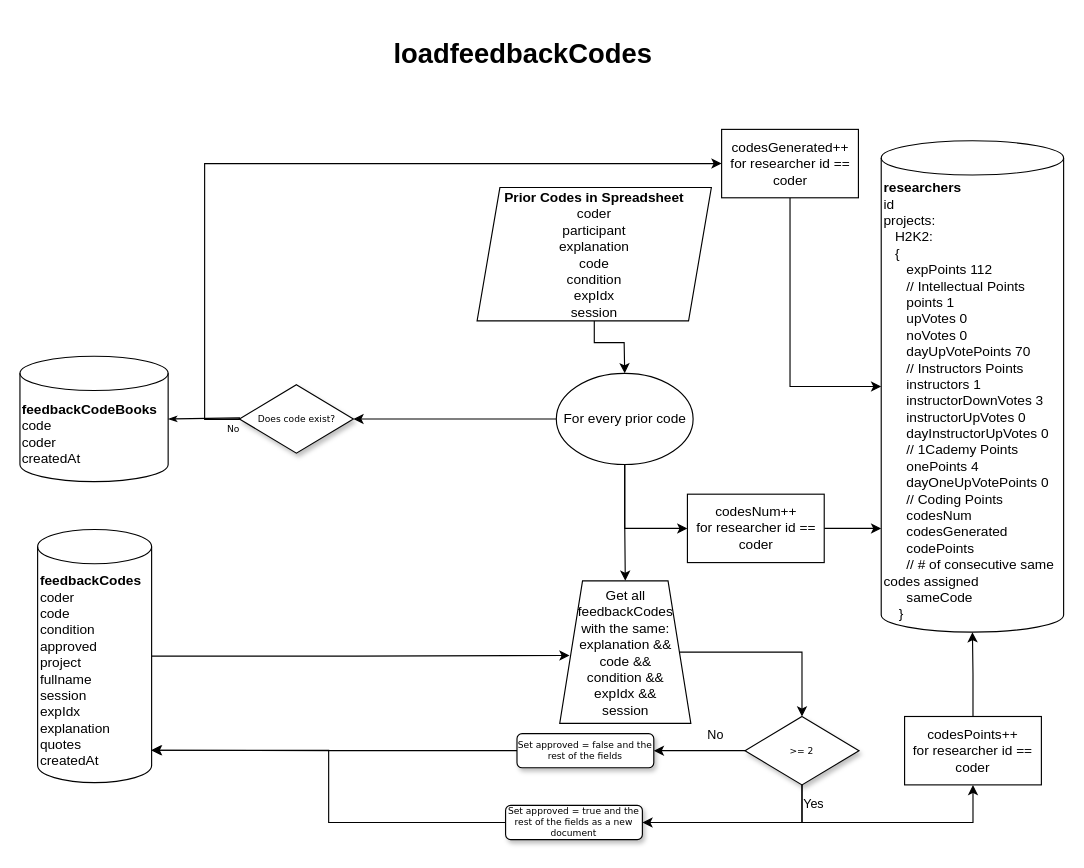
The draw.io diagram functions/projectManagement.drawio in ImanYZ/VisualExp, before the edit. Source tidied: cells renumbered, new cells numbered last; positions are measured from the earlier drawing's top-left corner, leaving out a move shared by most shapes. Both pictures are drawn from the tidied source at 114%, with x=0, y=0 at pixel (19, 25).
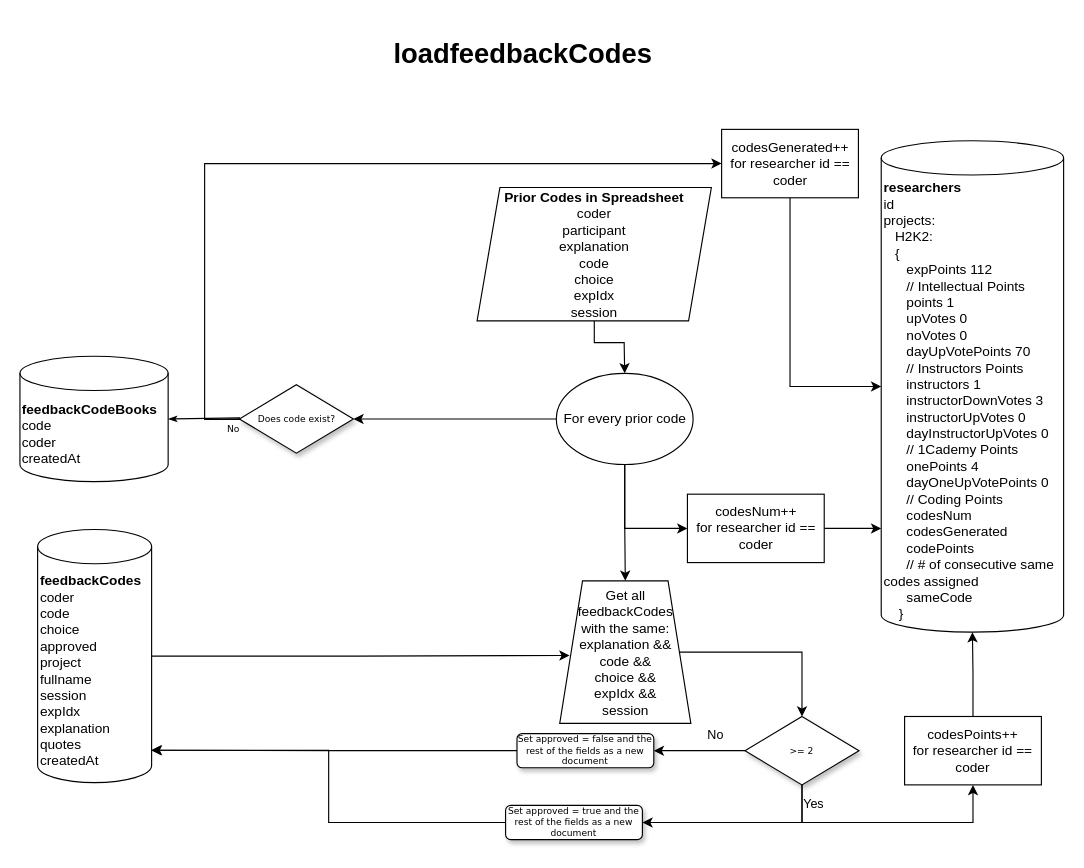
The same page after the edit.

The edit, as a diff of the source:
```diff
@@
-    <mxCell id="4" value="&lt;b&gt;feedbackCodes&lt;/b&gt;&lt;br&gt;&lt;div&gt;coder&lt;/div&gt;&lt;div&gt;code&lt;/div&gt;&lt;div&gt;condition&lt;/div&gt;&lt;div&gt;approved&lt;/div&gt;&lt;div&gt;project&lt;/div&gt;&lt;div&gt;fullname&lt;/div&gt;&lt;div&gt;session&lt;/div&gt;&lt;div&gt;expIdx&lt;/div&gt;&lt;div&gt;explanation&lt;/div&gt;&lt;div&gt;quotes&lt;/div&gt;&lt;div&gt;createdAt&lt;/div&gt;" style="shape=cylinder3;whiteSpace=wrap;html=1;boundedLbl=1;backgroundOutline=1;size=15;align=left;" parent="1" vertex="1">
+    <mxCell id="4" value="&lt;b&gt;feedbackCodes&lt;/b&gt;&lt;br&gt;&lt;div&gt;coder&lt;/div&gt;&lt;div&gt;code&lt;/div&gt;&lt;div&gt;&lt;span style=&quot;text-align: center&quot;&gt;choice&lt;/span&gt;&lt;br&gt;&lt;/div&gt;&lt;div&gt;approved&lt;/div&gt;&lt;div&gt;project&lt;/div&gt;&lt;div&gt;fullname&lt;/div&gt;&lt;div&gt;session&lt;/div&gt;&lt;div&gt;expIdx&lt;/div&gt;&lt;div&gt;explanation&lt;/div&gt;&lt;div&gt;quotes&lt;/div&gt;&lt;div&gt;createdAt&lt;/div&gt;" style="shape=cylinder3;whiteSpace=wrap;html=1;boundedLbl=1;backgroundOutline=1;size=15;align=left;" parent="1" vertex="1">
       <mxGeometry x="15.5" y="442" width="100" height="222" as="geometry" />
     </mxCell>
@@
-    <mxCell id="6" value="&lt;b&gt;Prior Codes in Spreadsheet&lt;br&gt;&lt;/b&gt;coder&lt;br&gt;participant&lt;br&gt;explanation&lt;br&gt;code&lt;br&gt;condition&lt;br&gt;expIdx&lt;br&gt;session" style="shape=parallelogram;perimeter=parallelogramPerimeter;whiteSpace=wrap;html=1;fixedSize=1;align=center;" parent="1" vertex="1">
+    <mxCell id="6" value="&lt;b&gt;Prior Codes in Spreadsheet&lt;br&gt;&lt;/b&gt;coder&lt;br&gt;participant&lt;br&gt;explanation&lt;br&gt;code&lt;br&gt;choice&lt;br&gt;expIdx&lt;br&gt;session" style="shape=parallelogram;perimeter=parallelogramPerimeter;whiteSpace=wrap;html=1;fixedSize=1;align=center;" parent="1" vertex="1">
       <mxGeometry x="401" y="142" width="205.5" height="117" as="geometry" />
     </mxCell>
@@
-    <mxCell id="15" value="Get all feedbackCodes&lt;br&gt;with the same:&lt;br&gt;explanation &amp;amp;&amp;amp;&lt;br&gt;code &amp;amp;&amp;amp;&lt;br&gt;condition &amp;amp;&amp;amp;&lt;br&gt;expIdx &amp;amp;&amp;amp;&lt;br&gt;session" style="shape=trapezoid;perimeter=trapezoidPerimeter;whiteSpace=wrap;html=1;fixedSize=1;" parent="1" vertex="1">
+    <mxCell id="15" value="Get all feedbackCodes&lt;br&gt;with the same:&lt;br&gt;explanation &amp;amp;&amp;amp;&lt;br&gt;code &amp;amp;&amp;amp;&lt;br&gt;choice &amp;amp;&amp;amp;&lt;br&gt;expIdx &amp;amp;&amp;amp;&lt;br&gt;session" style="shape=trapezoid;perimeter=trapezoidPerimeter;whiteSpace=wrap;html=1;fixedSize=1;" parent="1" vertex="1">
       <mxGeometry x="473.5" y="487" width="115" height="125" as="geometry" />
     </mxCell>
@@
-    <mxCell id="24" value="Set approved = false and the rest of the fields" style="rounded=1;whiteSpace=wrap;html=1;shadow=1;labelBackgroundColor=none;strokeWidth=1;fontFamily=Verdana;fontSize=8;align=center;" parent="1" vertex="1">
+    <mxCell id="24" value="Set approved = false and the rest of the fields&amp;nbsp;as a new document" style="rounded=1;whiteSpace=wrap;html=1;shadow=1;labelBackgroundColor=none;strokeWidth=1;fontFamily=Verdana;fontSize=8;align=center;" parent="1" vertex="1">
       <mxGeometry x="436" y="621" width="120" height="30" as="geometry" />
     </mxCell>
```
